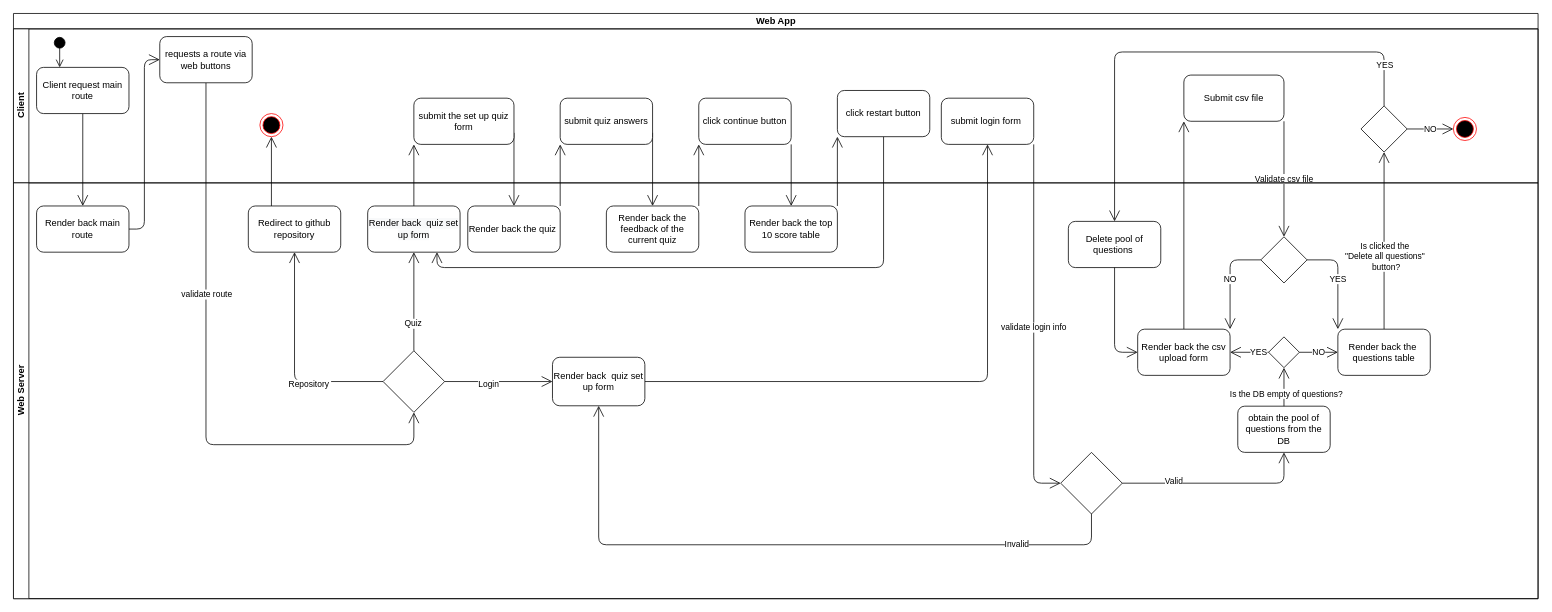
Earlier version of the draw.io diagram img/process-view.drawio (FelipeOsornio/QuizApp). Source tidied: cells renumbered, new cells numbered last; positions are measured from the earlier drawing's top-left corner, leaving out a move shared by most shapes. Both pictures are drawn from the tidied source at 77%, with x=0, y=0 at pixel (13, 13).
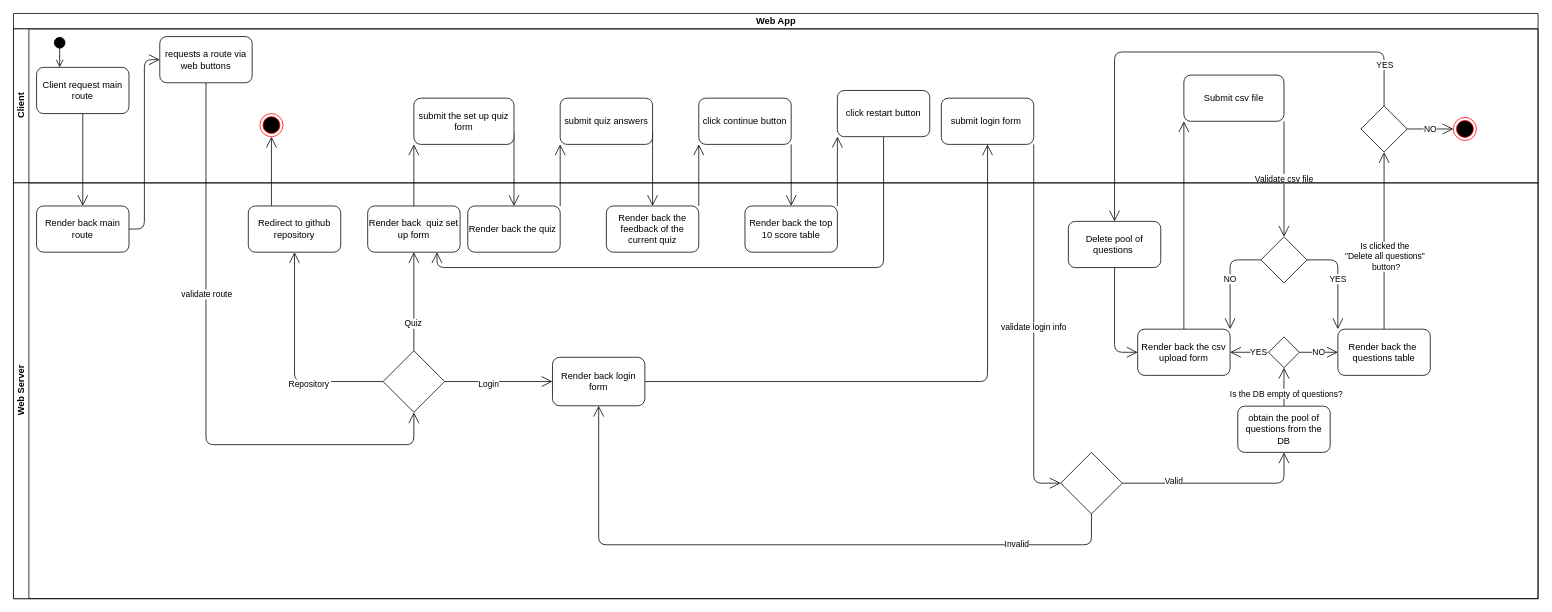
The same page after the edit.

The change refers to these unchanged cells:
```xml
<mxCell id="36" value="Web Server" style="swimlane;html=1;startSize=20;horizontal=0;" parent="2" vertex="1">
  <mxGeometry y="220" width="1980" height="540" as="geometry" />
</mxCell>
```

Diff of the diagram source:
```diff
@@
-    <mxCell id="51" value="Render back&amp;nbsp; quiz set up form" style="rounded=1;whiteSpace=wrap;html=1;" parent="36" vertex="1">
+    <mxCell id="51" value="Render back login form" style="rounded=1;whiteSpace=wrap;html=1;" parent="36" vertex="1">
       <mxGeometry x="700" y="226.5" width="120" height="63" as="geometry" />
     </mxCell>
```
